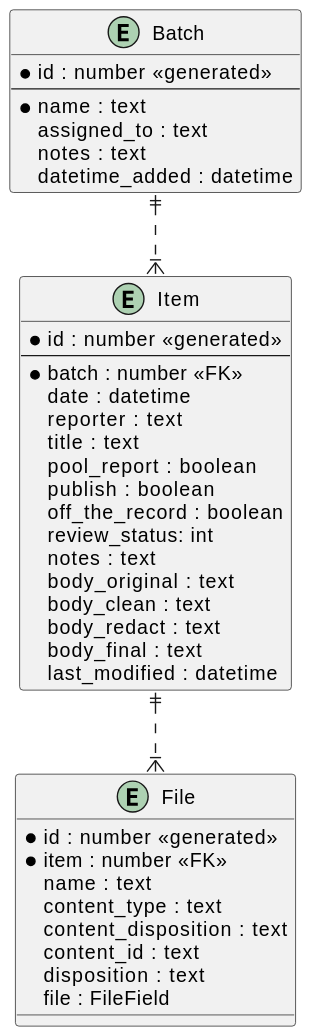
timkanke/scutes keeps this PlantUML diagram as docs/images/db_schema.svg. Above is the earlier version.
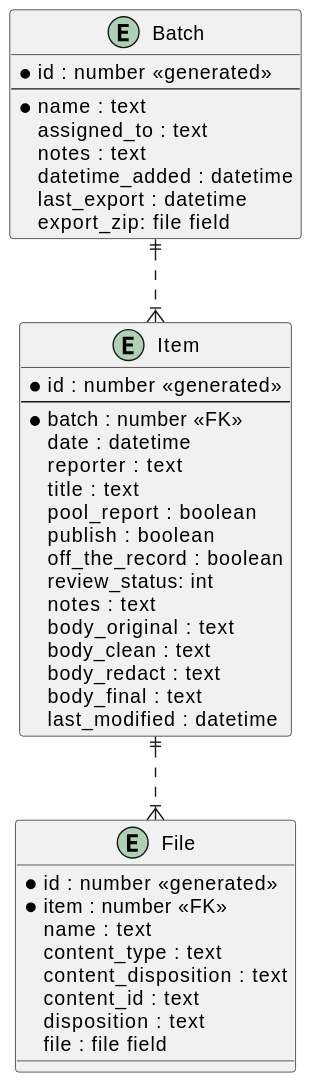
After the commit.

What changed in the source:
```diff
@@ -1,5 +1,4 @@
-@startuml db_schema
-
+@startuml
 entity "Batch" as Batch {
   *id : number <<generated>>
   --
@@ -7,6 +6,8 @@
   assigned_to : text
   notes : text
   datetime_added : datetime
+  last_export : datetime
+  export_zip: file field
 }
 
 Entity "File" as File {
@@ -17,7 +18,7 @@
     content_disposition : text
     content_id : text
     disposition : text
-    file : FileField
+    file : file field
     }
 
 entity "Item" as Item {
@@ -41,5 +42,4 @@
 
 Batch ||..|{ Item
 Item ||..|{ File
-
 @enduml
```
